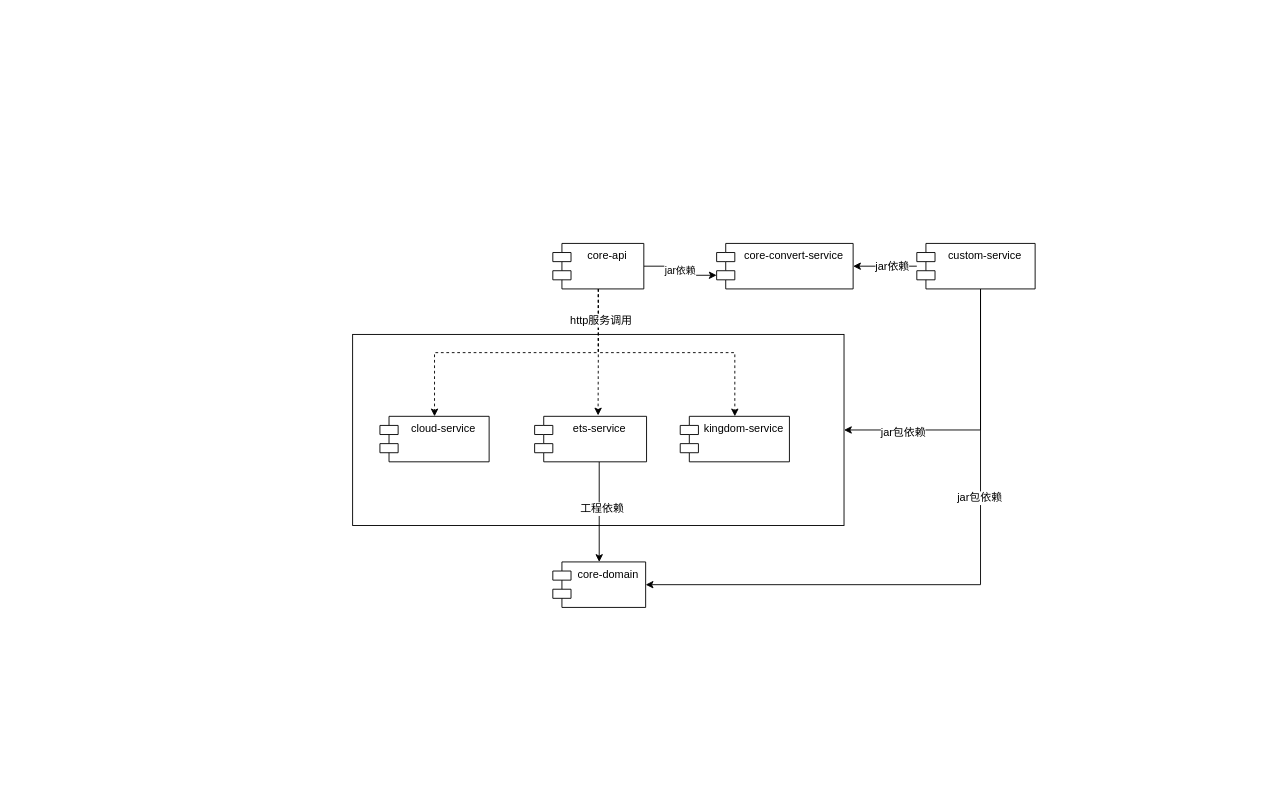
Before: 基金3.0包图.drawio in ammengke/my-drawio, a draw.io diagram. Source tidied: cells renumbered, new cells numbered last; positions are measured from the earlier drawing's top-left corner, leaving out a move shared by most shapes. Both pictures are drawn from the tidied source at 91%, with x=0, y=0 at pixel (352, 243).
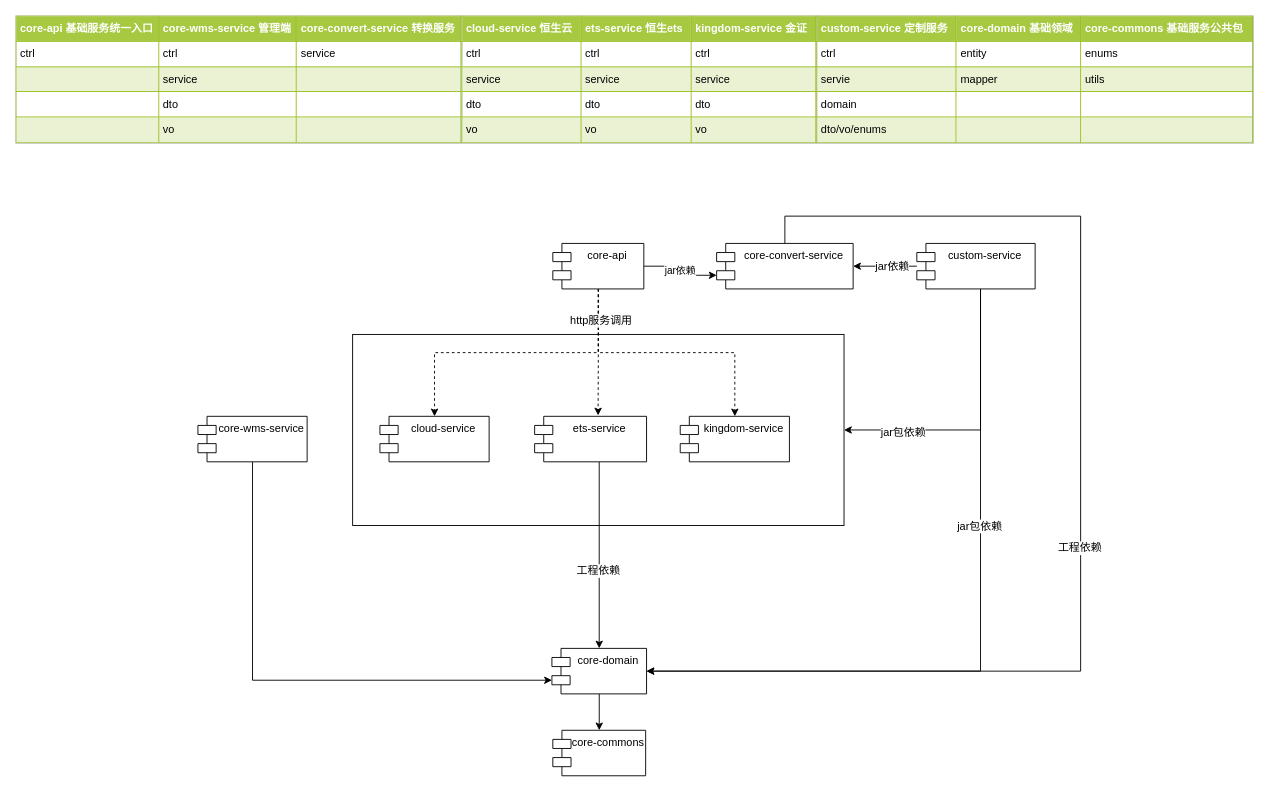
After the change.

The change refers to these unchanged cells:
```xml
<mxCell id="9" style="edgeStyle=orthogonalEdgeStyle;rounded=0;jettySize=auto;html=1;exitX=0.577;exitY=1;exitDx=0;exitDy=0;exitPerimeter=0;" parent="1" edge="1" source="11" target="22">
  <mxGeometry relative="1" as="geometry" />
</mxCell>
<mxCell id="14" value="core-convert-service" style="shape=module;align=left;spacingLeft=20;align=center;verticalAlign=top;" parent="1" vertex="1">
  <mxGeometry x="400" width="150" height="50" as="geometry" />
</mxCell>
<mxCell id="21" value="custom-service" style="shape=module;align=left;spacingLeft=20;align=center;verticalAlign=top;" parent="1" vertex="1">
  <mxGeometry x="620" width="130" height="50" as="geometry" />
</mxCell>
```

What changed in the source:
```diff
@@
     <mxCell id="10" value="工程依赖" style="text;html=1;align=center;verticalAlign=middle;labelBackgroundColor=#ffffff;" parent="9" vertex="1">
-      <mxGeometry x="-0.07" y="3" relative="1" as="geometry" />
+      <mxGeometry x="-0.07" y="3" relative="1" as="geometry">
+        <mxPoint x="-4" y="24" as="offset" />
+      </mxGeometry>
     </mxCell>
@@
+    <mxCell id="23" style="edgeStyle=orthogonalEdgeStyle;rounded=0;jettySize=auto;html=1;entryX=1;entryY=0.5;entryDx=0;entryDy=0;" parent="1" edge="1" source="14" target="22">
+      <mxGeometry relative="1" as="geometry">
+        <Array as="points">
+          <mxPoint x="475" y="-30" />
+          <mxPoint x="800" y="-30" />
+          <mxPoint x="800" y="470" />
+        </Array>
+      </mxGeometry>
+    </mxCell>
+    <mxCell id="24" value="工程依赖" style="text;html=1;align=center;verticalAlign=middle;labelBackgroundColor=#ffffff;" parent="23" vertex="1">
+      <mxGeometry x="0.08" y="-2" relative="1" as="geometry" />
+    </mxCell>
@@
     <mxCell id="15" style="edgeStyle=orthogonalEdgeStyle;rounded=0;jettySize=auto;html=1;entryX=1;entryY=0.5;entryDx=0;entryDy=0;" parent="1" edge="1" source="21" target="22">
       <mxGeometry relative="1" as="geometry">
         <Array as="points">
-          <mxPoint x="690" y="375" />
+          <mxPoint x="690" y="470" />
         </Array>
       </mxGeometry>
     </mxCell>
@@
+    <mxCell id="25" style="edgeStyle=orthogonalEdgeStyle;rounded=0;jettySize=auto;html=1;entryX=0.5;entryY=0;entryDx=0;entryDy=0;" parent="1" edge="1" source="22" target="31">
+      <mxGeometry relative="1" as="geometry" />
+    </mxCell>
     <mxCell id="22" value="core-domain" style="shape=module;align=left;spacingLeft=20;align=center;verticalAlign=top;" parent="1" vertex="1">
-      <mxGeometry x="220" y="350" width="102" height="50" as="geometry" />
+      <mxGeometry x="219" y="445" width="104" height="50" as="geometry" />
     </mxCell>
+    <mxCell id="26" style="edgeStyle=orthogonalEdgeStyle;rounded=0;jettySize=auto;html=1;entryX=0;entryY=0;entryDx=0;entryDy=35;entryPerimeter=0;" parent="1" edge="1" source="27" target="22">
+      <mxGeometry relative="1" as="geometry">
+        <Array as="points">
+          <mxPoint x="-110" y="480" />
+        </Array>
+      </mxGeometry>
+    </mxCell>
+    <mxCell id="27" value="core-wms-service" style="shape=module;align=left;spacingLeft=20;align=center;verticalAlign=top;" parent="1" vertex="1">
+      <mxGeometry x="-170" y="190" width="120" height="50" as="geometry" />
+    </mxCell>
+    <mxCell id="28" value="&lt;table border=&quot;1&quot; width=&quot;100%&quot; cellpadding=&quot;4&quot; style=&quot;width: 100% ; height: 100% ; border-collapse: collapse&quot;&gt;&lt;tbody&gt;&lt;tr style=&quot;background-color: #a7c942 ; color: #ffffff ; border: 1px solid #98bf21&quot;&gt;&lt;th align=&quot;left&quot;&gt;core-api 基础服务统一入口&lt;/th&gt;&lt;th align=&quot;left&quot;&gt;core-wms-service 管理端&lt;/th&gt;&lt;th align=&quot;left&quot;&gt;core-convert-service 转换服务&lt;/th&gt;&lt;/tr&gt;&lt;tr style=&quot;border: 1px solid #98bf21&quot;&gt;&lt;td&gt;ctrl&lt;/td&gt;&lt;td&gt;ctrl&lt;/td&gt;&lt;td&gt;service&lt;/td&gt;&lt;/tr&gt;&lt;tr style=&quot;background-color: #eaf2d3 ; border: 1px solid #98bf21&quot;&gt;&lt;td&gt;&lt;br&gt;&lt;/td&gt;&lt;td&gt;service&lt;/td&gt;&lt;td&gt;&lt;br&gt;&lt;/td&gt;&lt;/tr&gt;&lt;tr style=&quot;border: 1px solid #98bf21&quot;&gt;&lt;td&gt;&lt;br&gt;&lt;/td&gt;&lt;td&gt;dto&lt;/td&gt;&lt;td&gt;&lt;br&gt;&lt;/td&gt;&lt;/tr&gt;&lt;tr style=&quot;background-color: #eaf2d3 ; border: 1px solid #98bf21&quot;&gt;&lt;td&gt;&lt;br&gt;&lt;/td&gt;&lt;td&gt;vo&lt;/td&gt;&lt;td&gt;&lt;br&gt;&lt;/td&gt;&lt;/tr&gt;&lt;/tbody&gt;&lt;/table&gt;" style="text;html=1;strokeColor=#c0c0c0;fillColor=#ffffff;overflow=fill;rounded=0;glass=0;shadow=0;gradientColor=none;" parent="1" vertex="1">
+      <mxGeometry x="-370" y="-250" width="490" height="140" as="geometry" />
+    </mxCell>
+    <mxCell id="29" value="&lt;table border=&quot;1&quot; width=&quot;100%&quot; cellpadding=&quot;4&quot; style=&quot;width: 100% ; height: 100% ; border-collapse: collapse&quot;&gt;&lt;tbody&gt;&lt;tr style=&quot;background-color: #a7c942 ; color: #ffffff ; border: 1px solid #98bf21&quot;&gt;&lt;th align=&quot;left&quot;&gt;cloud-service 恒生云&lt;/th&gt;&lt;th align=&quot;left&quot;&gt;ets-service 恒生ets&lt;/th&gt;&lt;th align=&quot;left&quot;&gt;kingdom-service 金证&lt;/th&gt;&lt;/tr&gt;&lt;tr style=&quot;border: 1px solid #98bf21&quot;&gt;&lt;td&gt;ctrl&lt;/td&gt;&lt;td&gt;ctrl&lt;/td&gt;&lt;td&gt;ctrl&lt;/td&gt;&lt;/tr&gt;&lt;tr style=&quot;background-color: #eaf2d3 ; border: 1px solid #98bf21&quot;&gt;&lt;td&gt;service&lt;/td&gt;&lt;td&gt;service&lt;/td&gt;&lt;td&gt;service&lt;/td&gt;&lt;/tr&gt;&lt;tr style=&quot;border: 1px solid #98bf21&quot;&gt;&lt;td&gt;dto&lt;/td&gt;&lt;td&gt;dto&lt;/td&gt;&lt;td&gt;dto&lt;/td&gt;&lt;/tr&gt;&lt;tr style=&quot;background-color: #eaf2d3 ; border: 1px solid #98bf21&quot;&gt;&lt;td&gt;vo&lt;/td&gt;&lt;td&gt;vo&lt;/td&gt;&lt;td&gt;vo&lt;/td&gt;&lt;/tr&gt;&lt;/tbody&gt;&lt;/table&gt;" style="text;html=1;strokeColor=#c0c0c0;fillColor=#ffffff;overflow=fill;rounded=0;shadow=0;glass=0;align=left;" parent="1" vertex="1">
+      <mxGeometry x="120" y="-250" width="390" height="140" as="geometry" />
+    </mxCell>
+    <mxCell id="30" value="&lt;table border=&quot;1&quot; width=&quot;100%&quot; cellpadding=&quot;4&quot; style=&quot;width: 100% ; height: 100% ; border-collapse: collapse&quot;&gt;&lt;tbody&gt;&lt;tr style=&quot;background-color: #a7c942 ; color: #ffffff ; border: 1px solid #98bf21&quot;&gt;&lt;th align=&quot;left&quot;&gt;custom-service 定制服务&lt;/th&gt;&lt;th align=&quot;left&quot;&gt;core-domain 基础领域&lt;/th&gt;&lt;th align=&quot;left&quot;&gt;core-commons 基础服务公共包&lt;/th&gt;&lt;/tr&gt;&lt;tr style=&quot;border: 1px solid #98bf21&quot;&gt;&lt;td&gt;ctrl&lt;/td&gt;&lt;td&gt;entity&lt;/td&gt;&lt;td&gt;enums&lt;/td&gt;&lt;/tr&gt;&lt;tr style=&quot;background-color: #eaf2d3 ; border: 1px solid #98bf21&quot;&gt;&lt;td&gt;servie&lt;/td&gt;&lt;td&gt;mapper&lt;/td&gt;&lt;td&gt;utils&lt;/td&gt;&lt;/tr&gt;&lt;tr style=&quot;border: 1px solid #98bf21&quot;&gt;&lt;td&gt;domain&lt;/td&gt;&lt;td&gt;&lt;br&gt;&lt;/td&gt;&lt;td&gt;&lt;br&gt;&lt;/td&gt;&lt;/tr&gt;&lt;tr style=&quot;background-color: #eaf2d3 ; border: 1px solid #98bf21&quot;&gt;&lt;td&gt;dto/vo/enums&lt;/td&gt;&lt;td&gt;&lt;br&gt;&lt;/td&gt;&lt;td&gt;&lt;br&gt;&lt;/td&gt;&lt;/tr&gt;&lt;/tbody&gt;&lt;/table&gt;" style="text;html=1;strokeColor=#c0c0c0;fillColor=#ffffff;overflow=fill;rounded=0;shadow=0;glass=0;align=left;" parent="1" vertex="1">
+      <mxGeometry x="510" y="-250" width="480" height="140" as="geometry" />
+    </mxCell>
+    <mxCell id="31" value="core-commons" style="shape=module;align=left;spacingLeft=20;align=center;verticalAlign=top;" parent="1" vertex="1">
+      <mxGeometry x="220" y="535" width="102" height="50" as="geometry" />
+    </mxCell>
```
